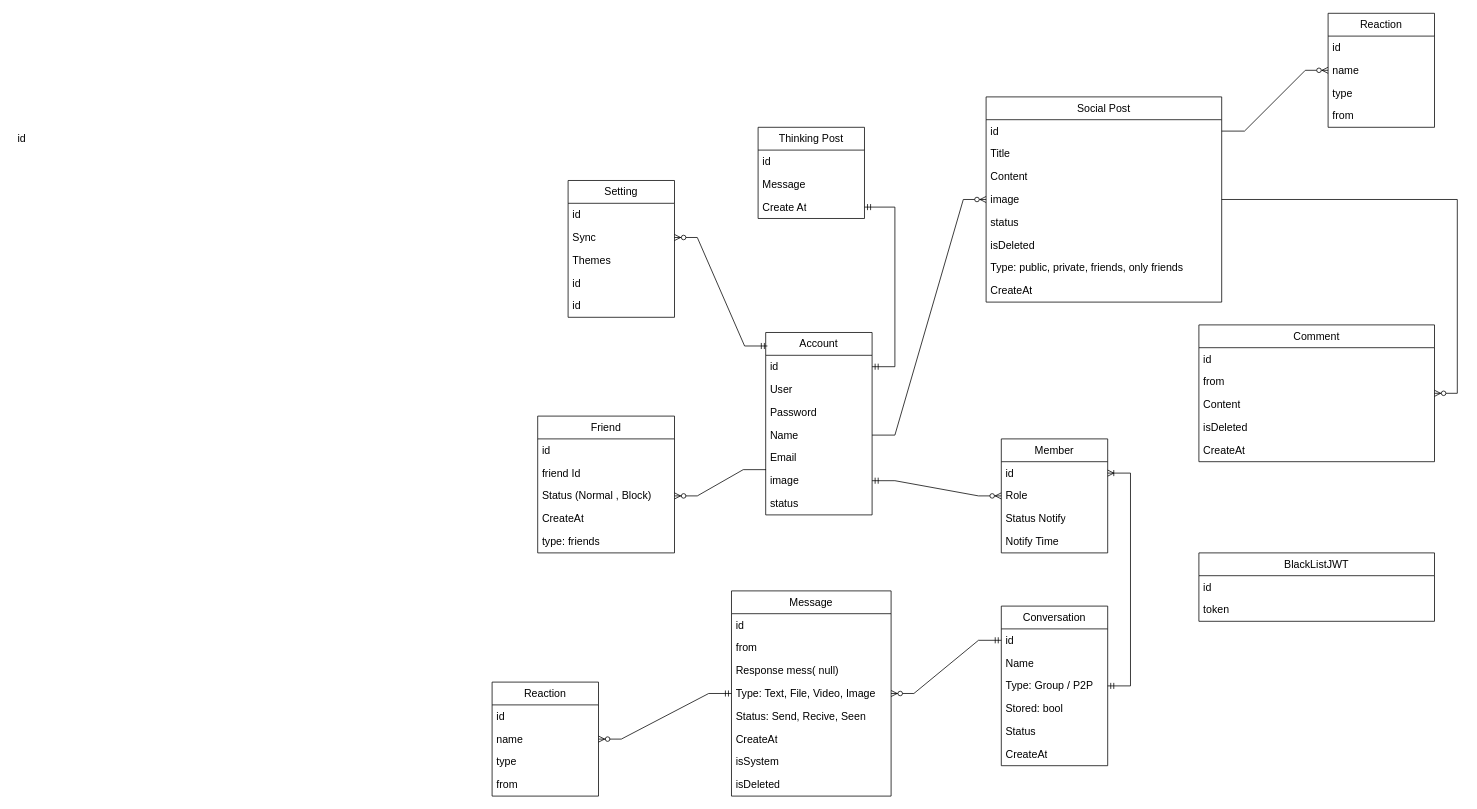
Above: page "Database" (1 of 2) of Description/Design.drawio in KTPx4/SpringBoot_ChatWeb (draw.io), before the change. Source tidied: cells renumbered, new cells numbered last; positions are measured from the earlier drawing's top-left corner, leaving out a move shared by most shapes. Both pictures are drawn from the tidied source at 76%, with x=0, y=0 at pixel (13, 13).
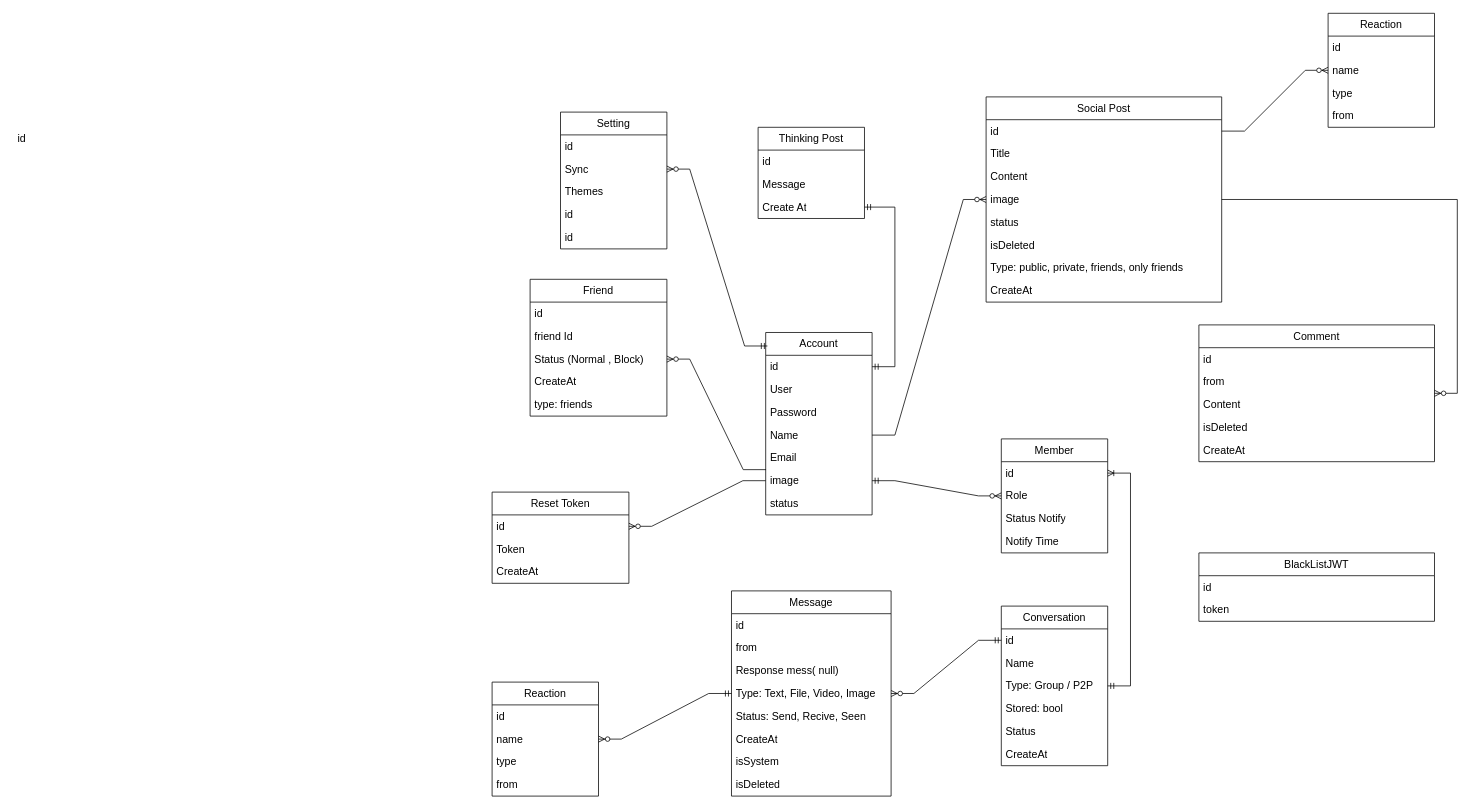
The same page after the edit.

Commit message (it also covers changes not shown here):
API: edit reset password

The change refers to these unchanged cells:
```xml
<mxCell id="8" value="image" style="text;strokeColor=none;fillColor=none;align=left;verticalAlign=middle;spacingLeft=4;spacingRight=4;overflow=hidden;points=[[0,0.5],[1,0.5]];portConstraint=eastwest;whiteSpace=wrap;html=1;fontSize=14;" parent="2" vertex="1">
  <mxGeometry y="180" width="140" height="30" as="geometry" />
</mxCell>
```

Change to the diagram source:
```diff
@@
     <mxCell id="36" value="Setting" style="swimlane;fontStyle=0;horizontal=1;startSize=30;whiteSpace=wrap;html=1;fontSize=14;" parent="1" vertex="1">
-      <mxGeometry x="730" y="220" width="140" height="180" as="geometry" />
+      <mxGeometry x="720" y="130" width="140" height="180" as="geometry" />
     </mxCell>
@@
     <mxCell id="43" value="Friend" style="swimlane;fontStyle=0;horizontal=1;startSize=30;whiteSpace=wrap;html=1;fontSize=14;" parent="1" vertex="1">
-      <mxGeometry x="690" y="530" width="180" height="180" as="geometry" />
+      <mxGeometry x="680" y="350" width="180" height="180" as="geometry" />
     </mxCell>
@@
+    <mxCell id="86" value="Reset Token" style="swimlane;fontStyle=0;horizontal=1;startSize=30;whiteSpace=wrap;html=1;fontSize=14;" parent="1" vertex="1">
+      <mxGeometry x="630" y="630" width="180" height="120" as="geometry" />
+    </mxCell>
+    <mxCell id="87" value="id" style="text;strokeColor=none;fillColor=none;align=left;verticalAlign=middle;spacingLeft=4;spacingRight=4;overflow=hidden;points=[[0,0.5],[1,0.5]];portConstraint=eastwest;whiteSpace=wrap;html=1;fontSize=14;" parent="86" vertex="1">
+      <mxGeometry y="30" width="180" height="30" as="geometry" />
+    </mxCell>
+    <mxCell id="88" value="Token" style="text;strokeColor=none;fillColor=none;align=left;verticalAlign=middle;spacingLeft=4;spacingRight=4;overflow=hidden;whiteSpace=wrap;html=1;fontSize=14;" parent="86" vertex="1">
+      <mxGeometry y="60" width="180" height="30" as="geometry" />
+    </mxCell>
+    <mxCell id="89" value="CreateAt" style="text;strokeColor=none;fillColor=none;align=left;verticalAlign=middle;spacingLeft=4;spacingRight=4;overflow=hidden;whiteSpace=wrap;html=1;fontSize=14;" parent="86" vertex="1">
+      <mxGeometry y="90" width="180" height="30" as="geometry" />
+    </mxCell>
+    <mxCell id="90" style="edgeStyle=entityRelationEdgeStyle;fontSize=12;html=1;endArrow=ERzeroToMany;endFill=1;rounded=0;" parent="1" edge="1" source="8" target="87">
+      <mxGeometry relative="1" as="geometry" />
+    </mxCell>
```
